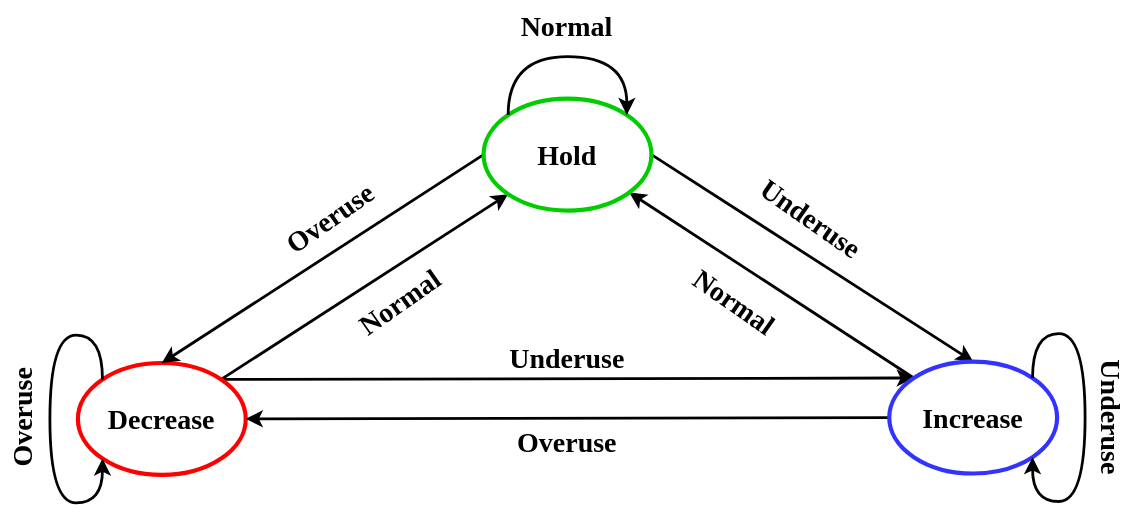
This is state_machine.svg from xiaosayin/c-educoder, a draw.io export, as it was before one commit. Source tidied: cells renumbered, new cells last; positions are measured from the earlier drawing's top-left corner, leaving out a move shared by most shapes.
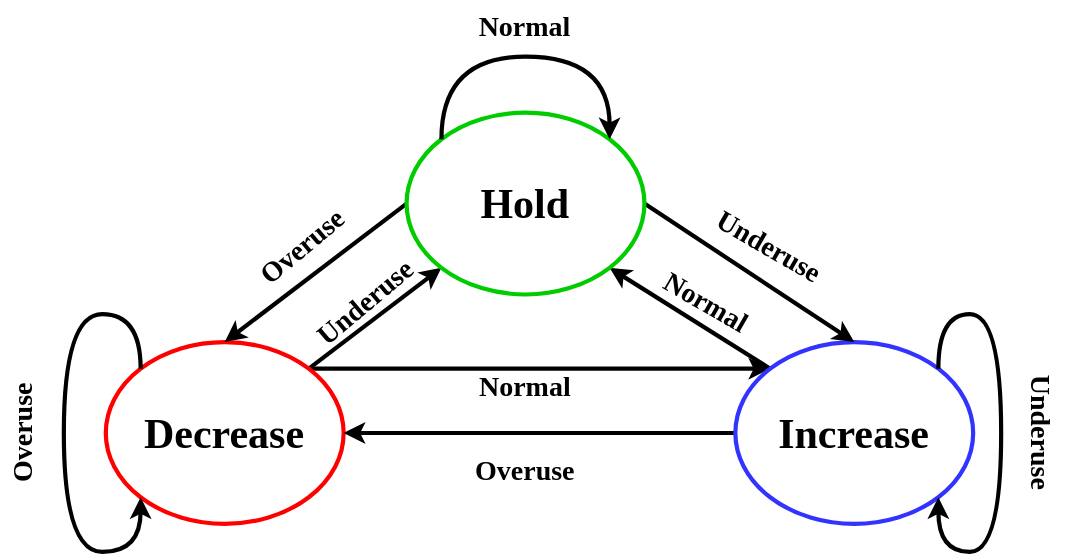
The same diagram one commit later.

The edit, as a diff of the source:
```diff
@@ -2,46 +2,32 @@
   <root>
     <mxCell id="0" />
     <mxCell id="1" parent="0" />
-    <mxCell id="2" style="rounded=0;jettySize=auto;html=1;exitX=1;exitY=0;exitDx=0;exitDy=0;entryX=0;entryY=1;entryDx=0;entryDy=0;fontFamily=Times New Roman;fontSize=20;strokeWidth=2;strokeColor=#000000;fontStyle=1;" parent="1" edge="1" source="4">
-      <mxGeometry relative="1" as="geometry">
-        <mxPoint x="377.6" y="138.3" as="targetPoint" />
-      </mxGeometry>
-    </mxCell>
+    <mxCell id="24" style="edgeStyle=none;rounded=0;jettySize=auto;html=1;exitX=1;exitY=0;exitDx=0;exitDy=0;entryX=0;entryY=1;entryDx=0;entryDy=0;fontSize=30;strokeWidth=3;" parent="1" edge="1" source="4" target="17">
+      <mxGeometry relative="1" as="geometry" />
+    </mxCell>
-    <mxCell id="3" style="edgeStyle=none;rounded=0;jettySize=auto;html=1;exitX=1;exitY=0;exitDx=0;exitDy=0;entryX=0;entryY=0;entryDx=0;entryDy=0;fontFamily=Times New Roman;fontSize=20;strokeWidth=2;strokeColor=#000000;fontStyle=1;" parent="1" edge="1" source="4" target="9">
+    <mxCell id="3" style="edgeStyle=none;rounded=0;jettySize=auto;html=1;exitX=1;exitY=0;exitDx=0;exitDy=0;entryX=0;entryY=0;entryDx=0;entryDy=0;fontSize=30;strokeWidth=3;" parent="1" edge="1" source="4" target="9">
       <mxGeometry relative="1" as="geometry" />
     </mxCell>
-    <mxCell id="4" value="Decrease" style="ellipse;whiteSpace=wrap;html=1;fontFamily=Times New Roman;fontSize=20;strokeWidth=3;strokeColor=#FF0000;fontStyle=1;" parent="1" vertex="1">
-      <mxGeometry x="70" y="259" width="120" height="80" as="geometry" />
+    <mxCell id="4" value="&lt;font style=&quot;font-size: 30px;&quot;&gt;Decrease&lt;/font&gt;" style="ellipse;whiteSpace=wrap;html=1;fontFamily=Times New Roman;fontSize=20;strokeWidth=3;strokeColor=#FF0000;fontStyle=1;" parent="1" vertex="1">
+      <mxGeometry x="120" y="224" width="170" height="130" as="geometry" />
     </mxCell>
-    <mxCell id="5" style="edgeStyle=none;rounded=0;jettySize=auto;html=1;exitX=1;exitY=0.5;exitDx=0;exitDy=0;entryX=0.5;entryY=0;entryDx=0;entryDy=0;fontFamily=Times New Roman;fontSize=20;strokeWidth=2;strokeColor=#000000;fontStyle=1;" parent="1" edge="1" target="9">
-      <mxGeometry relative="1" as="geometry">
-        <mxPoint x="480" y="110" as="sourcePoint" />
-      </mxGeometry>
-    </mxCell>
-    <mxCell id="6" style="edgeStyle=none;rounded=0;jettySize=auto;html=1;exitX=0;exitY=0.5;exitDx=0;exitDy=0;entryX=0.5;entryY=0;entryDx=0;entryDy=0;fontFamily=Times New Roman;fontSize=20;strokeWidth=2;strokeColor=#000000;fontStyle=1;" parent="1" edge="1" target="4">
-      <mxGeometry relative="1" as="geometry">
-        <mxPoint x="360" y="110" as="sourcePoint" />
-      </mxGeometry>
-    </mxCell>
-    <mxCell id="7" style="edgeStyle=none;rounded=0;jettySize=auto;html=1;exitX=0;exitY=0;exitDx=0;exitDy=0;fontFamily=Times New Roman;fontSize=20;strokeWidth=2;strokeColor=#000000;fontStyle=1;" parent="1" edge="1" source="9">
-      <mxGeometry relative="1" as="geometry">
-        <mxPoint x="464.1" y="137.1" as="targetPoint" />
-      </mxGeometry>
-    </mxCell>
-    <mxCell id="8" style="edgeStyle=none;rounded=0;jettySize=auto;html=1;exitX=0;exitY=0.5;exitDx=0;exitDy=0;fontFamily=Times New Roman;fontSize=20;strokeWidth=2;fillColor=#e51400;strokeColor=#000000;fontStyle=1;" parent="1" edge="1" source="9" target="4">
+    <mxCell id="8" style="edgeStyle=none;rounded=0;jettySize=auto;html=1;exitX=0;exitY=0.5;exitDx=0;exitDy=0;fontSize=30;strokeWidth=3;" parent="1" edge="1" source="9" target="4">
       <mxGeometry relative="1" as="geometry" />
     </mxCell>
+    <mxCell id="25" style="edgeStyle=none;rounded=0;jettySize=auto;html=1;exitX=0;exitY=0;exitDx=0;exitDy=0;entryX=1;entryY=1;entryDx=0;entryDy=0;fontSize=30;strokeWidth=3;" parent="1" edge="1" source="9" target="17">
+      <mxGeometry relative="1" as="geometry" />
+    </mxCell>
-    <mxCell id="9" value="Increase" style="ellipse;whiteSpace=wrap;html=1;fontFamily=Times New Roman;fontSize=20;strokeWidth=3;fillColor=none;strokeColor=#3333FF;fontStyle=1;" parent="1" vertex="1">
-      <mxGeometry x="650" y="258" width="120" height="80" as="geometry" />
+    <mxCell id="9" value="&lt;font style=&quot;font-size: 30px;&quot;&gt;Increase&lt;/font&gt;" style="ellipse;whiteSpace=wrap;html=1;fontFamily=Times New Roman;fontSize=20;strokeWidth=3;fillColor=none;strokeColor=#3333FF;fontStyle=1;" parent="1" vertex="1">
+      <mxGeometry x="570" y="224" width="170" height="130" as="geometry" />
     </mxCell>
-    <mxCell id="10" value="Overuse" style="text;html=1;strokeColor=none;fillColor=none;align=center;verticalAlign=middle;whiteSpace=wrap;rounded=0;fontFamily=Times New Roman;fontSize=20;rotation=325;fontStyle=1;" parent="1" vertex="1">
-      <mxGeometry x="220" y="140" width="60" height="30" as="geometry" />
+    <mxCell id="10" value="Overuse" style="text;html=1;strokeColor=none;fillColor=none;align=center;verticalAlign=middle;whiteSpace=wrap;rounded=0;fontFamily=Times New Roman;fontSize=20;rotation=-40;fontStyle=1;" parent="1" vertex="1">
+      <mxGeometry x="230" y="140" width="60" height="30" as="geometry" />
     </mxCell>
-    <mxCell id="11" value="Normal" style="text;html=1;strokeColor=none;fillColor=none;align=center;verticalAlign=middle;whiteSpace=wrap;rounded=0;fontFamily=Times New Roman;fontSize=20;rotation=-35;fontStyle=1;" parent="1" vertex="1">
-      <mxGeometry x="270" y="200" width="60" height="30" as="geometry" />
+    <mxCell id="11" value="Normal" style="text;html=1;strokeColor=none;fillColor=none;align=center;verticalAlign=middle;whiteSpace=wrap;rounded=0;fontFamily=Times New Roman;fontSize=20;rotation=0;fontStyle=1;" parent="1" vertex="1">
+      <mxGeometry x="390" y="240" width="60" height="30" as="geometry" />
     </mxCell>
-    <mxCell id="12" value="Normal" style="text;html=1;strokeColor=none;fillColor=none;align=center;verticalAlign=middle;whiteSpace=wrap;rounded=0;fontFamily=Times New Roman;fontSize=20;rotation=35;fontStyle=1;" parent="1" vertex="1">
-      <mxGeometry x="510" y="200" width="60" height="30" as="geometry" />
+    <mxCell id="12" value="Normal" style="text;html=1;strokeColor=none;fillColor=none;align=center;verticalAlign=middle;whiteSpace=wrap;rounded=0;fontFamily=Times New Roman;fontSize=20;rotation=30;fontStyle=1;" parent="1" vertex="1">
+      <mxGeometry x="520" y="180" width="60" height="30" as="geometry" />
     </mxCell>
     <mxCell id="13" value="Overuse" style="text;html=1;strokeColor=none;fillColor=none;align=center;verticalAlign=middle;whiteSpace=wrap;rounded=0;fontFamily=Times New Roman;fontSize=20;rotation=0;fontStyle=1;" parent="1" vertex="1">
       <mxGeometry x="390" y="300" width="60" height="30" as="geometry" />
@@ -49,44 +35,50 @@
     <mxCell id="14" style="edgeStyle=none;rounded=0;orthogonalLoop=1;jettySize=auto;html=1;exitX=0.5;exitY=1;exitDx=0;exitDy=0;fontFamily=Times New Roman;fontSize=20;fontColor=#00FF00;fontStyle=1;" parent="1" edge="1" source="13" target="13">
       <mxGeometry relative="1" as="geometry" />
     </mxCell>
-    <mxCell id="15" value="&lt;font color=&quot;#000000&quot;&gt;Underuse&lt;/font&gt;" style="text;html=1;strokeColor=none;fillColor=none;align=center;verticalAlign=middle;whiteSpace=wrap;rounded=0;fontFamily=Times New Roman;fontSize=20;fontColor=#00FFFF;fontStyle=1;" parent="1" vertex="1">
-      <mxGeometry x="390" y="240" width="60" height="30" as="geometry" />
+    <mxCell id="15" value="&lt;font color=&quot;#000000&quot;&gt;Underuse&lt;/font&gt;" style="text;html=1;strokeColor=none;fillColor=none;align=center;verticalAlign=middle;whiteSpace=wrap;rounded=0;fontFamily=Times New Roman;fontSize=20;fontColor=#00FFFF;fontStyle=1;rotation=-40;" parent="1" vertex="1">
+      <mxGeometry x="275" y="180" width="60" height="30" as="geometry" />
     </mxCell>
-    <mxCell id="16" value="&lt;font color=&quot;#000000&quot;&gt;Underuse&lt;/font&gt;" style="text;html=1;strokeColor=none;fillColor=none;align=center;verticalAlign=middle;whiteSpace=wrap;rounded=0;fontFamily=Times New Roman;fontSize=20;fontColor=#00FFFF;rotation=35;fontStyle=1;" parent="1" vertex="1">
-      <mxGeometry x="564.5" y="140" width="60" height="30" as="geometry" />
+    <mxCell id="16" value="&lt;font color=&quot;#000000&quot;&gt;Underuse&lt;/font&gt;" style="text;html=1;strokeColor=none;fillColor=none;align=center;verticalAlign=middle;whiteSpace=wrap;rounded=0;fontFamily=Times New Roman;fontSize=20;fontColor=#00FFFF;rotation=30;fontStyle=1;" parent="1" vertex="1">
+      <mxGeometry x="565" y="140" width="60" height="30" as="geometry" />
     </mxCell>
+    <mxCell id="26" style="edgeStyle=none;rounded=0;jettySize=auto;html=1;exitX=0;exitY=0.5;exitDx=0;exitDy=0;entryX=0.5;entryY=0;entryDx=0;entryDy=0;fontSize=30;strokeWidth=3;" parent="1" edge="1" source="17" target="4">
+      <mxGeometry relative="1" as="geometry" />
+    </mxCell>
+    <mxCell id="27" style="edgeStyle=none;rounded=0;jettySize=auto;html=1;exitX=1;exitY=0.5;exitDx=0;exitDy=0;entryX=0.5;entryY=0;entryDx=0;entryDy=0;fontSize=30;strokeWidth=3;" parent="1" edge="1" source="17" target="9">
+      <mxGeometry relative="1" as="geometry" />
+    </mxCell>
-    <mxCell id="17" value="&lt;font color=&quot;#000000&quot; style=&quot;font-size: 20px;&quot;&gt;&lt;span style=&quot;font-size: 20px;&quot;&gt;Hold&lt;/span&gt;&lt;/font&gt;" style="ellipse;whiteSpace=wrap;html=1;fontFamily=Times New Roman;fontSize=20;strokeWidth=3;strokeColor=#00CC00;fillColor=none;fontColor=#00CC00;fontStyle=1;" parent="1" vertex="1">
-      <mxGeometry x="360" y="70" width="120" height="80" as="geometry" />
+    <mxCell id="17" value="&lt;font color=&quot;#000000&quot; style=&quot;font-size: 30px;&quot;&gt;Hold&lt;/font&gt;" style="ellipse;whiteSpace=wrap;html=1;fontFamily=Times New Roman;fontSize=20;strokeWidth=3;strokeColor=#00CC00;fillColor=none;fontColor=#00CC00;fontStyle=1;" parent="1" vertex="1">
+      <mxGeometry x="335" y="60" width="170" height="130" as="geometry" />
     </mxCell>
+    <mxCell id="21" value="&lt;font color=&quot;#000000&quot;&gt;&amp;nbsp; Normal&lt;/font&gt;" style="text;whiteSpace=wrap;html=1;fontSize=20;fontFamily=Times New Roman;fontColor=#00CC00;fontStyle=1;" parent="1" vertex="1">
+      <mxGeometry x="375" y="-20" width="90" height="50" as="geometry" />
+    </mxCell>
+    <mxCell id="22" value="Overuse" style="text;html=1;strokeColor=none;fillColor=none;align=center;verticalAlign=middle;whiteSpace=wrap;rounded=0;fontFamily=Times New Roman;fontSize=20;rotation=270;fontStyle=1;" parent="1" vertex="1">
+      <mxGeometry x="30" y="274" width="60" height="30" as="geometry" />
+    </mxCell>
+    <mxCell id="23" value="Underuse" style="text;html=1;strokeColor=none;fillColor=none;align=center;verticalAlign=middle;whiteSpace=wrap;rounded=0;fontFamily=Times New Roman;fontSize=20;rotation=90;fontStyle=1;" parent="1" vertex="1">
+      <mxGeometry x="760" y="274" width="60" height="30" as="geometry" />
+    </mxCell>
-    <mxCell id="18" style="rounded=0;orthogonalLoop=1;jettySize=auto;html=1;exitX=0;exitY=0;exitDx=0;exitDy=0;entryX=1;entryY=0;entryDx=0;entryDy=0;strokeColor=#000000;strokeWidth=2;fontFamily=Times New Roman;fontSize=20;fontColor=#00CC00;edgeStyle=orthogonalEdgeStyle;curved=1;fontStyle=1;" parent="1" edge="1" source="17" target="17">
+    <mxCell id="18" style="edgeStyle=orthogonalEdgeStyle;rounded=0;orthogonalLoop=1;jettySize=auto;html=1;exitX=0;exitY=0;exitDx=0;exitDy=0;entryX=1;entryY=0;entryDx=0;entryDy=0;strokeWidth=3;fontSize=30;curved=1;" parent="1" edge="1" source="17" target="17">
       <mxGeometry relative="1" as="geometry">
         <Array as="points">
-          <mxPoint x="378" y="40" />
-          <mxPoint x="462" y="40" />
+          <mxPoint x="360" y="20" />
+          <mxPoint x="480" y="20" />
         </Array>
       </mxGeometry>
     </mxCell>
-    <mxCell id="19" style="edgeStyle=orthogonalEdgeStyle;curved=1;rounded=0;orthogonalLoop=1;jettySize=auto;html=1;exitX=0;exitY=0;exitDx=0;exitDy=0;entryX=0;entryY=1;entryDx=0;entryDy=0;strokeColor=#000000;strokeWidth=2;fontFamily=Times New Roman;fontSize=20;fontColor=#00CC00;fontStyle=1;" parent="1" edge="1" source="4" target="4">
+    <mxCell id="19" style="edgeStyle=orthogonalEdgeStyle;curved=1;rounded=0;orthogonalLoop=1;jettySize=auto;html=1;exitX=0;exitY=0;exitDx=0;exitDy=0;entryX=0;entryY=1;entryDx=0;entryDy=0;strokeWidth=3;fontSize=30;" parent="1" edge="1" source="4" target="4">
       <mxGeometry relative="1" as="geometry">
         <Array as="points">
-          <mxPoint x="88" y="239" />
-          <mxPoint x="50" y="239" />
-          <mxPoint x="50" y="359" />
-          <mxPoint x="88" y="359" />
+          <mxPoint x="145" y="204" />
+          <mxPoint x="90" y="204" />
+          <mxPoint x="90" y="374" />
+          <mxPoint x="145" y="374" />
         </Array>
       </mxGeometry>
     </mxCell>
-    <mxCell id="20" style="edgeStyle=orthogonalEdgeStyle;curved=1;rounded=0;orthogonalLoop=1;jettySize=auto;html=1;exitX=1;exitY=0;exitDx=0;exitDy=0;entryX=1;entryY=1;entryDx=0;entryDy=0;strokeColor=#000000;strokeWidth=2;fontFamily=Times New Roman;fontSize=20;fontColor=#00CC00;fontStyle=1;" parent="1" edge="1" source="9" target="9">
+    <mxCell id="20" style="edgeStyle=orthogonalEdgeStyle;curved=1;rounded=0;orthogonalLoop=1;jettySize=auto;html=1;exitX=1;exitY=0;exitDx=0;exitDy=0;entryX=1;entryY=1;entryDx=0;entryDy=0;strokeWidth=3;fontSize=30;" parent="1" edge="1" source="9" target="9">
       <mxGeometry relative="1" as="geometry" />
     </mxCell>
-    <mxCell id="21" value="&lt;font color=&quot;#000000&quot;&gt;&amp;nbsp; Normal&lt;/font&gt;" style="text;whiteSpace=wrap;html=1;fontSize=20;fontFamily=Times New Roman;fontColor=#00CC00;fontStyle=1;" parent="1" vertex="1">
-      <mxGeometry x="375" width="90" height="50" as="geometry" />
-    </mxCell>
-    <mxCell id="22" value="Overuse" style="text;html=1;strokeColor=none;fillColor=none;align=center;verticalAlign=middle;whiteSpace=wrap;rounded=0;fontFamily=Times New Roman;fontSize=20;rotation=270;fontStyle=1;" parent="1" vertex="1">
-      <mxGeometry y="283" width="60" height="30" as="geometry" />
-    </mxCell>
-    <mxCell id="23" value="Underuse" style="text;html=1;strokeColor=none;fillColor=none;align=center;verticalAlign=middle;whiteSpace=wrap;rounded=0;fontFamily=Times New Roman;fontSize=20;rotation=90;fontStyle=1;" parent="1" vertex="1">
-      <mxGeometry x="780" y="283" width="60" height="30" as="geometry" />
-    </mxCell>
   </root>
 </mxGraphModel>
```
